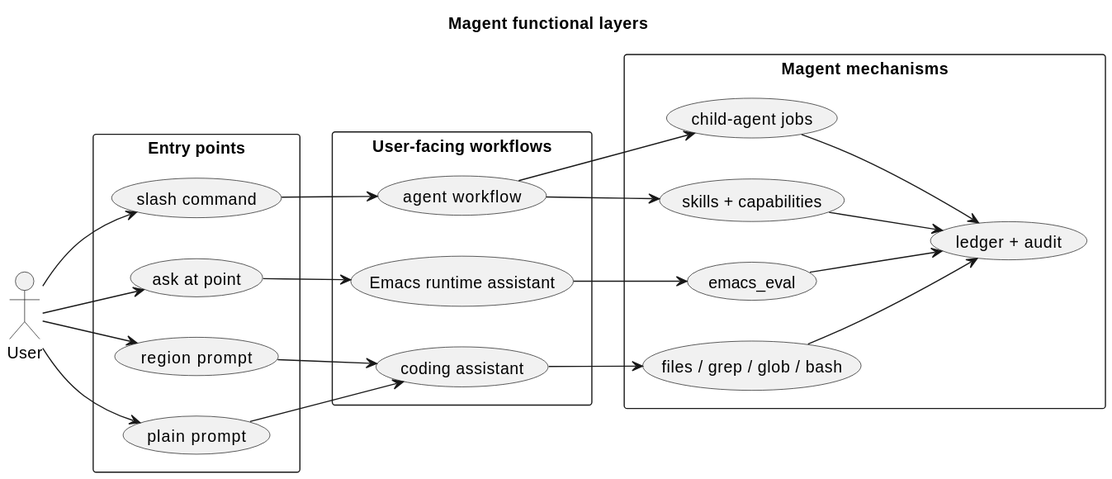
Before: docs/assets/img/diagrams/functional-layers.svg, a diagram exported from PlantUML (Jamie-Cui/magent).
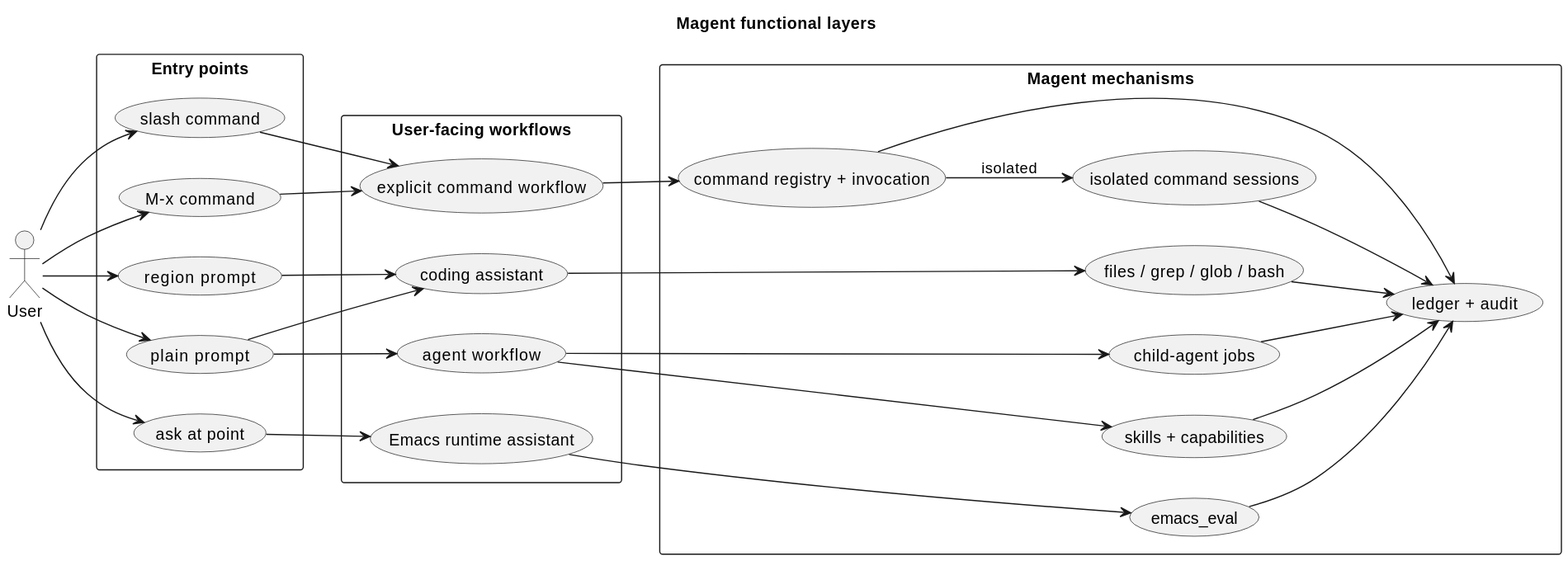
Above is the later version.

What changed in the source:
```diff
@@ -11,13 +11,15 @@
   usecase "plain prompt" as Plain
   usecase "region prompt" as Region
   usecase "ask at point" as Point
-  usecase "slash command" as SkillCommand
+  usecase "slash command" as SlashCommand
+  usecase "M-x command" as InteractiveCommand
 }
 
 rectangle "User-facing workflows" as Workflows {
   usecase "coding assistant" as Coding
   usecase "Emacs runtime assistant" as RuntimeAssistant
   usecase "agent workflow" as AgentWorkflow
+  usecase "explicit command workflow" as CommandWorkflow
 }
 
 rectangle "Magent mechanisms" as Mechanisms {
@@ -25,25 +27,34 @@
   usecase "emacs_eval" as Eval
   usecase "skills + capabilities" as Skills
   usecase "child-agent jobs" as Jobs
+  usecase "command registry + invocation" as Commands
+  usecase "isolated command sessions" as CommandSessions
   usecase "ledger + audit" as LedgerAudit
 }
 
 User --> Plain
 User --> Region
 User --> Point
-User --> SkillCommand
+User --> SlashCommand
+User --> InteractiveCommand
 
 Plain --> Coding
 Region --> Coding
 Point --> RuntimeAssistant
-SkillCommand --> AgentWorkflow
+Plain --> AgentWorkflow
+SlashCommand --> CommandWorkflow
+InteractiveCommand --> CommandWorkflow
 
 Coding --> CodeTools
 RuntimeAssistant --> Eval
 AgentWorkflow --> Skills
 AgentWorkflow --> Jobs
+CommandWorkflow --> Commands
+Commands --> CommandSessions : isolated
 CodeTools --> LedgerAudit
 Eval --> LedgerAudit
 Skills --> LedgerAudit
 Jobs --> LedgerAudit
+Commands --> LedgerAudit
+CommandSessions --> LedgerAudit
 @enduml
```
